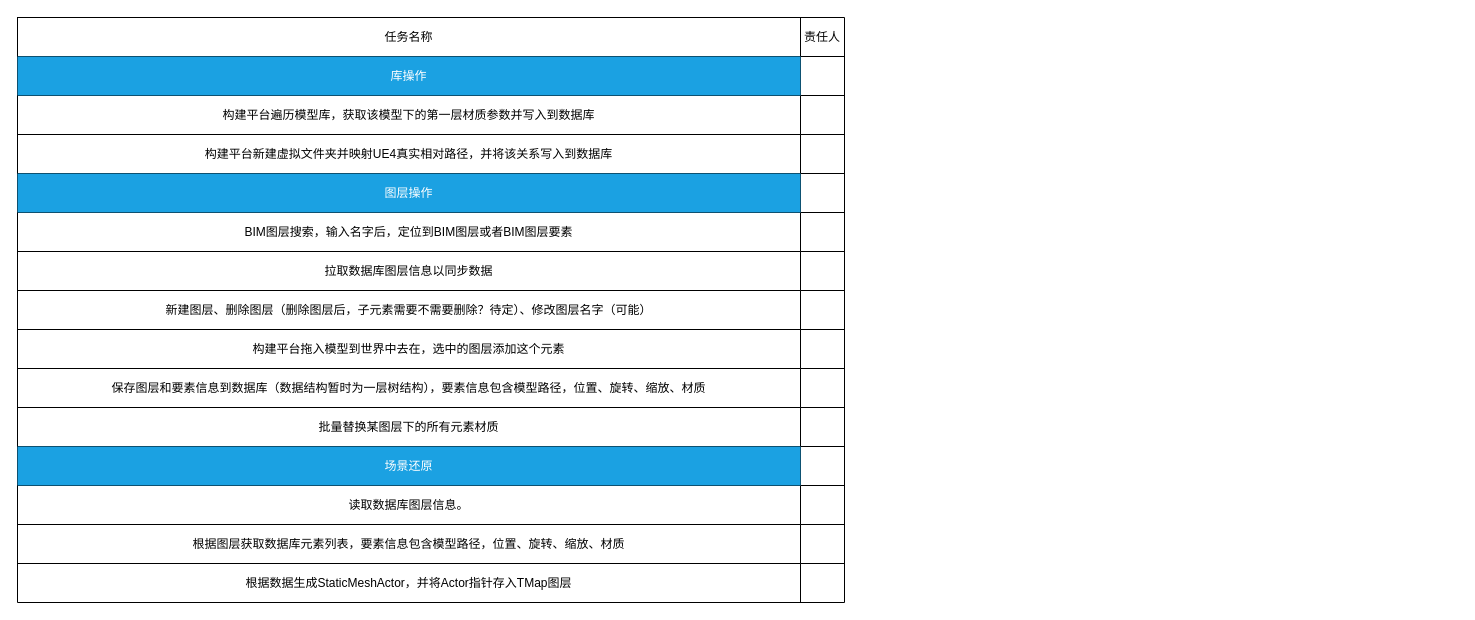
Above: page "构建平台" (5 of 7) of 工作流程.drawio in CengJia/diagrams (draw.io), before the change. Source tidied: cells renumbered, new cells numbered last; positions are measured from the earlier drawing's top-left corner, leaving out a move shared by most shapes. Both pictures are drawn from the tidied source at 100%, with x=0, y=0 at pixel (17, 17).
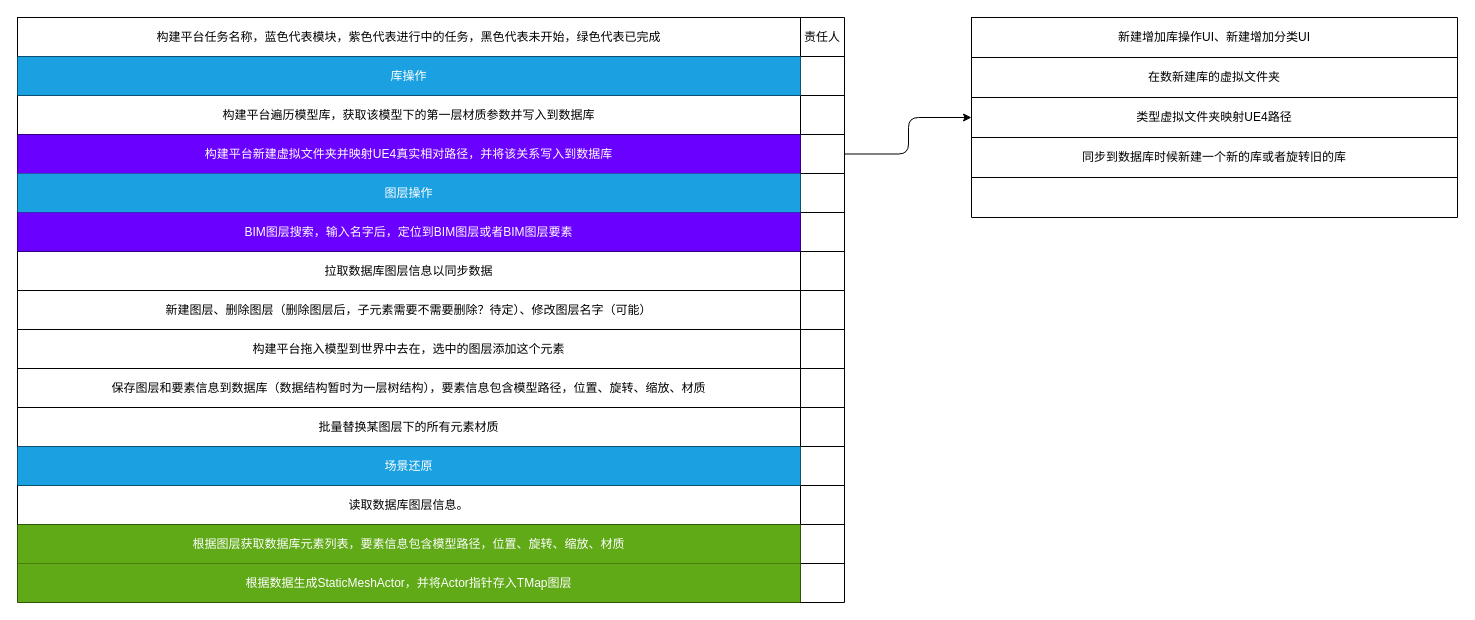
The same diagram, later.

Unchanged cells that the change refers to:
```xml
<mxCell id="3" style="shape=partialRectangle;fillColor=none;top=0;left=0;bottom=0;right=0;" parent="2" vertex="1">
  <mxGeometry width="827" height="39" as="geometry" />
</mxCell>
<mxCell id="12" style="shape=partialRectangle;fillColor=none;top=0;left=0;bottom=0;right=0;points=[[0,0.5],[1,0.5]];portConstraint=eastwest;" parent="2" vertex="1">
  <mxGeometry y="117" width="827" height="39" as="geometry" />
</mxCell>
<mxCell id="18" style="shape=partialRectangle;fillColor=none;top=0;left=0;bottom=0;right=0;" parent="2" vertex="1">
  <mxGeometry y="195" width="827" height="39" as="geometry" />
</mxCell>
<mxCell id="42" style="shape=partialRectangle;fillColor=none;top=0;left=0;bottom=0;right=0;" parent="2" vertex="1">
  <mxGeometry y="507" width="827" height="39" as="geometry" />
</mxCell>
<mxCell id="45" style="shape=partialRectangle;fillColor=none;top=0;left=0;bottom=0;right=0;" parent="2" vertex="1">
  <mxGeometry y="546" width="827" height="39" as="geometry" />
</mxCell>
```

What changed in the source:
```diff
@@
-    <mxCell id="4" value="任务名称" style="shape=partialRectangle;html=1;whiteSpace=wrap;overflow=hidden;fillColor=none;top=0;left=0;bottom=0;right=0;" parent="3" vertex="1">
+    <mxCell id="4" value="构建平台任务名称，蓝色代表模块，紫色代表进行中的任务，黑色代表未开始，绿色代表已完成" style="shape=partialRectangle;html=1;whiteSpace=wrap;overflow=hidden;fillColor=none;top=0;left=0;bottom=0;right=0;" parent="3" vertex="1">
       <mxGeometry width="783" height="39" as="geometry" />
     </mxCell>
@@
-    <mxCell id="13" value="构建平台新建虚拟文件夹并映射UE4真实相对路径，并将该关系写入到数据库" style="shape=partialRectangle;html=1;whiteSpace=wrap;overflow=hidden;fillColor=none;top=0;left=0;bottom=0;right=0;" parent="12" vertex="1">
+    <mxCell id="13" value="构建平台新建虚拟文件夹并映射UE4真实相对路径，并将该关系写入到数据库" style="shape=partialRectangle;html=1;whiteSpace=wrap;overflow=hidden;fillColor=#6a00ff;top=0;left=0;bottom=0;right=0;fontColor=#ffffff;strokeColor=#3700CC;" parent="12" vertex="1">
       <mxGeometry width="783" height="39" as="geometry" />
     </mxCell>
@@
-    <mxCell id="19" value="BIM图层搜索，输入名字后，定位到BIM图层或者BIM图层要素" style="shape=partialRectangle;html=1;whiteSpace=wrap;overflow=hidden;fillColor=none;top=0;left=0;bottom=0;right=0;" parent="18" vertex="1">
+    <mxCell id="19" value="BIM图层搜索，输入名字后，定位到BIM图层或者BIM图层要素" style="shape=partialRectangle;html=1;whiteSpace=wrap;overflow=hidden;fillColor=#6a00ff;top=0;left=0;bottom=0;right=0;fontColor=#ffffff;strokeColor=#3700CC;" parent="18" vertex="1">
       <mxGeometry width="783" height="39" as="geometry" />
     </mxCell>
@@
-    <mxCell id="43" value="根据图层获取数据库元素列表，要素信息包含模型路径，位置、旋转、缩放、材质" style="shape=partialRectangle;html=1;whiteSpace=wrap;overflow=hidden;fillColor=none;top=0;left=0;bottom=0;right=0;" parent="42" vertex="1">
+    <mxCell id="43" value="根据图层获取数据库元素列表，要素信息包含模型路径，位置、旋转、缩放、材质" style="shape=partialRectangle;html=1;whiteSpace=wrap;overflow=hidden;fillColor=#60a917;top=0;left=0;bottom=0;right=0;fontColor=#ffffff;strokeColor=#2D7600;" parent="42" vertex="1">
       <mxGeometry width="783" height="39" as="geometry" />
     </mxCell>
@@
-    <mxCell id="46" value="根据数据生成StaticMeshActor，并将Actor指针存入TMap图层" style="shape=partialRectangle;html=1;whiteSpace=wrap;overflow=hidden;fillColor=none;top=0;left=0;bottom=0;right=0;" parent="45" vertex="1">
+    <mxCell id="46" value="根据数据生成StaticMeshActor，并将Actor指针存入TMap图层" style="shape=partialRectangle;html=1;whiteSpace=wrap;overflow=hidden;fillColor=#60a917;top=0;left=0;bottom=0;right=0;fontColor=#ffffff;strokeColor=#2D7600;" parent="45" vertex="1">
       <mxGeometry width="783" height="39" as="geometry" />
     </mxCell>
@@
+    <mxCell id="48" style="shape=table;startSize=0;childLayout=tableLayout;fontFamily=Helvetica;fontSize=12;fontColor=default;strokeColor=default;fillColor=default;" parent="1" vertex="1">
+      <mxGeometry x="954" width="486" height="200" as="geometry" />
+    </mxCell>
+    <mxCell id="49" style="shape=partialRectangle;fillColor=none;top=0;left=0;bottom=0;right=0;fontFamily=Helvetica;fontSize=12;fontColor=default;startSize=0;strokeColor=default;" parent="48" vertex="1">
+      <mxGeometry width="486" height="40" as="geometry" />
+    </mxCell>
+    <mxCell id="50" value="新建增加库操作UI、新建增加分类UI" style="shape=partialRectangle;html=1;whiteSpace=wrap;overflow=hidden;fillColor=none;top=0;left=0;bottom=0;right=0;fontFamily=Helvetica;fontSize=12;fontColor=default;startSize=0;strokeColor=default;" parent="49" vertex="1">
+      <mxGeometry width="486" height="40" as="geometry" />
+    </mxCell>
+    <mxCell id="51" style="shape=partialRectangle;fillColor=none;top=0;left=0;bottom=0;right=0;fontFamily=Helvetica;fontSize=12;fontColor=default;startSize=0;strokeColor=default;" parent="48" vertex="1">
+      <mxGeometry y="40" width="486" height="40" as="geometry" />
+    </mxCell>
+    <mxCell id="52" value="在数新建库的虚拟文件夹" style="shape=partialRectangle;html=1;whiteSpace=wrap;overflow=hidden;fillColor=none;top=0;left=0;bottom=0;right=0;fontFamily=Helvetica;fontSize=12;fontColor=default;startSize=0;strokeColor=default;" parent="51" vertex="1">
+      <mxGeometry width="486" height="40" as="geometry" />
+    </mxCell>
+    <mxCell id="53" style="shape=partialRectangle;fillColor=none;top=0;left=0;bottom=0;right=0;fontFamily=Helvetica;fontSize=12;fontColor=default;startSize=0;strokeColor=default;" parent="48" vertex="1">
+      <mxGeometry y="80" width="486" height="40" as="geometry" />
+    </mxCell>
+    <mxCell id="54" value="类型虚拟文件夹映射UE4路径" style="shape=partialRectangle;html=1;whiteSpace=wrap;overflow=hidden;fillColor=none;top=0;left=0;bottom=0;right=0;fontFamily=Helvetica;fontSize=12;fontColor=default;startSize=0;strokeColor=default;" parent="53" vertex="1">
+      <mxGeometry width="486" height="40" as="geometry" />
+    </mxCell>
+    <mxCell id="55" style="shape=partialRectangle;fillColor=none;top=0;left=0;bottom=0;right=0;fontFamily=Helvetica;fontSize=12;fontColor=default;startSize=0;strokeColor=default;" parent="48" vertex="1">
+      <mxGeometry y="120" width="486" height="40" as="geometry" />
+    </mxCell>
+    <mxCell id="56" value="同步到数据库时候新建一个新的库或者旋转旧的库" style="shape=partialRectangle;html=1;whiteSpace=wrap;overflow=hidden;fillColor=none;top=0;left=0;bottom=0;right=0;fontFamily=Helvetica;fontSize=12;fontColor=default;startSize=0;strokeColor=default;" parent="55" vertex="1">
+      <mxGeometry width="486" height="40" as="geometry" />
+    </mxCell>
+    <mxCell id="57" style="shape=partialRectangle;fillColor=none;top=0;left=0;bottom=0;right=0;fontFamily=Helvetica;fontSize=12;fontColor=default;startSize=0;strokeColor=default;" parent="48" vertex="1">
+      <mxGeometry y="160" width="486" height="40" as="geometry" />
+    </mxCell>
+    <mxCell id="58" style="shape=partialRectangle;html=1;whiteSpace=wrap;overflow=hidden;fillColor=none;top=0;left=0;bottom=0;right=0;fontFamily=Helvetica;fontSize=12;fontColor=default;startSize=0;strokeColor=default;" parent="57" vertex="1">
+      <mxGeometry width="486" height="40" as="geometry" />
+    </mxCell>
+    <mxCell id="59" style="edgeStyle=elbowEdgeStyle;rounded=1;jettySize=auto;html=1;exitX=1;exitY=0.5;exitDx=0;exitDy=0;fontFamily=Helvetica;fontSize=12;fontColor=default;startSize=0;" parent="1" edge="1" source="12" target="48">
+      <mxGeometry relative="1" as="geometry" />
+    </mxCell>
```
